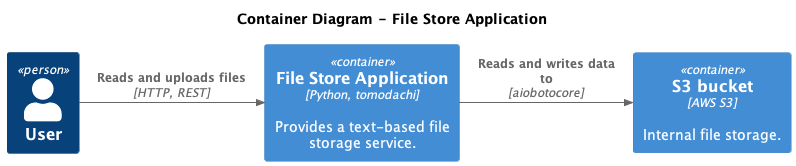
Before: docs/architecture/c4/level_2_container/04_file_store_app.png, a diagram exported from PlantUML (filipsnastins/tomodachi-testcontainers). Its diagram source:
```plantuml
@startuml
!include ./container/containers.puml

title Container Diagram - File Store Application

Person(user, "User")

fileStoreAppContainer()
s3BucketContainer()

Rel_R(user, fileStoreApp, "Reads and uploads files", "HTTP, REST")
Rel_R(fileStoreApp, s3Bucket, "Reads and writes data to", "aiobotocore")

@enduml
```
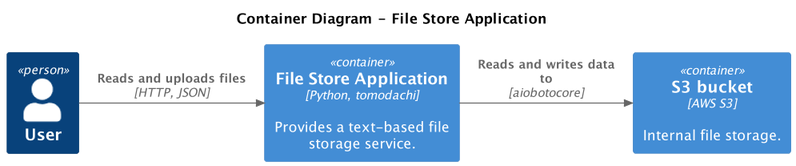
The same diagram one commit later.

Diff of the diagram source:
```diff
@@ -1,5 +1,7 @@
 @startuml
 !include ./container/containers.puml
+
+skinparam dpi 120
 
 title Container Diagram - File Store Application
 
@@ -8,7 +10,7 @@
 fileStoreAppContainer()
 s3BucketContainer()
 
-Rel_R(user, fileStoreApp, "Reads and uploads files", "HTTP, REST")
+Rel_R(user, fileStoreApp, "Reads and uploads files", "HTTP, JSON")
 Rel_R(fileStoreApp, s3Bucket, "Reads and writes data to", "aiobotocore")
 
 @enduml
```
